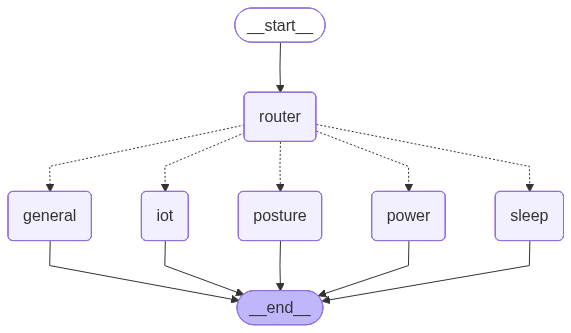
Above: docs/graphs/turn_graph.png in sogang-radai/wave-home-agent (Mermaid), before the change. Its source is kept beside it as docs/graphs/turn_graph.mmd. Its diagram source:
```mermaid
---
config:
  flowchart:
    curve: linear
---
graph TD;
	__start__([<p>__start__</p>]):::first
	router(router)
	sleep(sleep)
	power(power)
	posture(posture)
	iot(iot)
	general(general)
	__end__([<p>__end__</p>]):::last
	__start__ --> router;
	router -.-> general;
	router -.-> iot;
	router -.-> posture;
	router -.-> power;
	router -.-> sleep;
	general --> __end__;
	iot --> __end__;
	posture --> __end__;
	power --> __end__;
	sleep --> __end__;
	classDef default fill:#f2f0ff,line-height:1.2
	classDef first fill-opacity:0
	classDef last fill:#bfb6fc
```
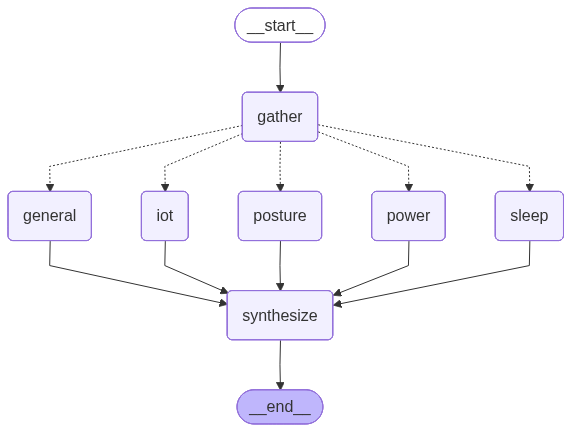
Above is the later version.

Commit message:
refactor: change chat graph to parallel domain fan-out via Send with response synthesis

The edit, as a diff of the source:
```diff
@@ -5,24 +5,26 @@
 ---
 graph TD;
 	__start__([<p>__start__</p>]):::first
-	router(router)
+	gather(gather)
+	synthesize(synthesize)
 	sleep(sleep)
 	power(power)
 	posture(posture)
 	iot(iot)
 	general(general)
 	__end__([<p>__end__</p>]):::last
-	__start__ --> router;
-	router -.-> general;
-	router -.-> iot;
-	router -.-> posture;
-	router -.-> power;
-	router -.-> sleep;
-	general --> __end__;
-	iot --> __end__;
-	posture --> __end__;
-	power --> __end__;
-	sleep --> __end__;
+	__start__ --> gather;
+	gather -.-> general;
+	gather -.-> iot;
+	gather -.-> posture;
+	gather -.-> power;
+	gather -.-> sleep;
+	general --> synthesize;
+	iot --> synthesize;
+	posture --> synthesize;
+	power --> synthesize;
+	sleep --> synthesize;
+	synthesize --> __end__;
 	classDef default fill:#f2f0ff,line-height:1.2
 	classDef first fill-opacity:0
 	classDef last fill:#bfb6fc
```
